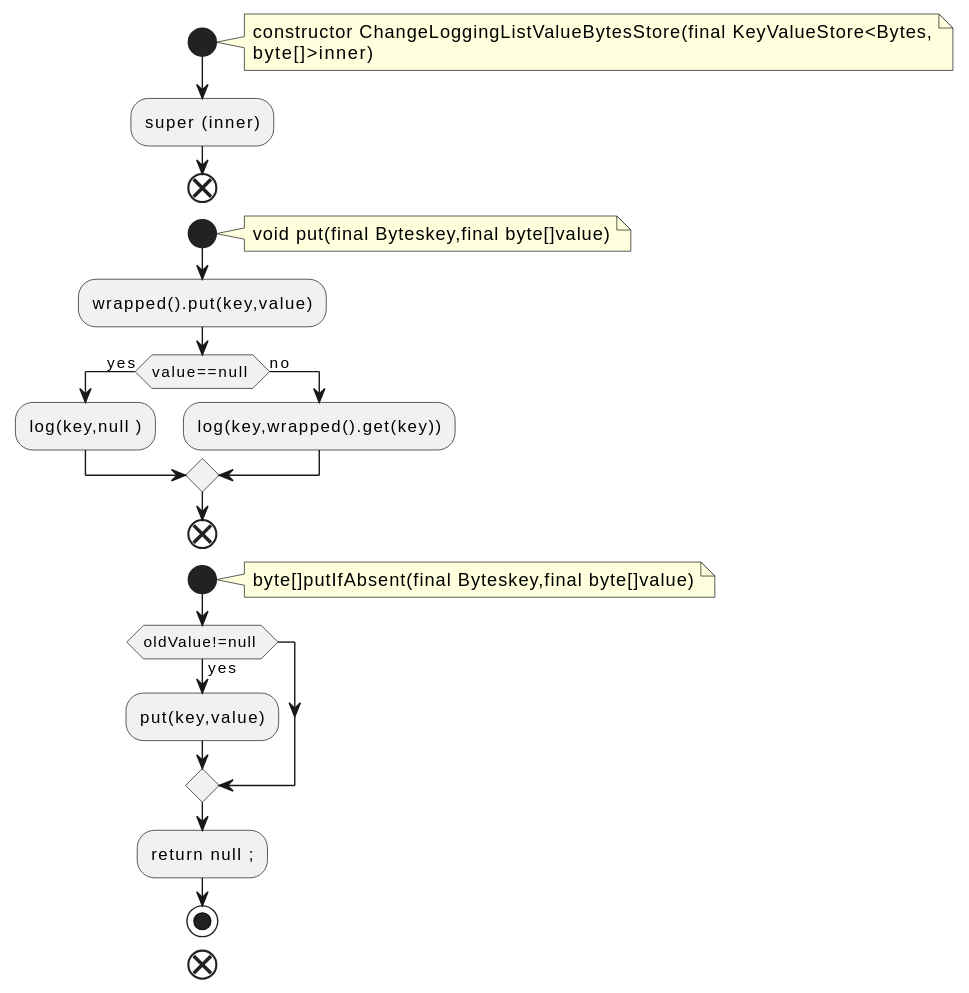
qualitesys/kafka keeps this PlantUML diagram as docs/qc/streams/src/main/java/org/apache/kafka/streams/state/internals/ChangeLoggingListValueBytesStore.java.fct.svg. Above is the earlier version.
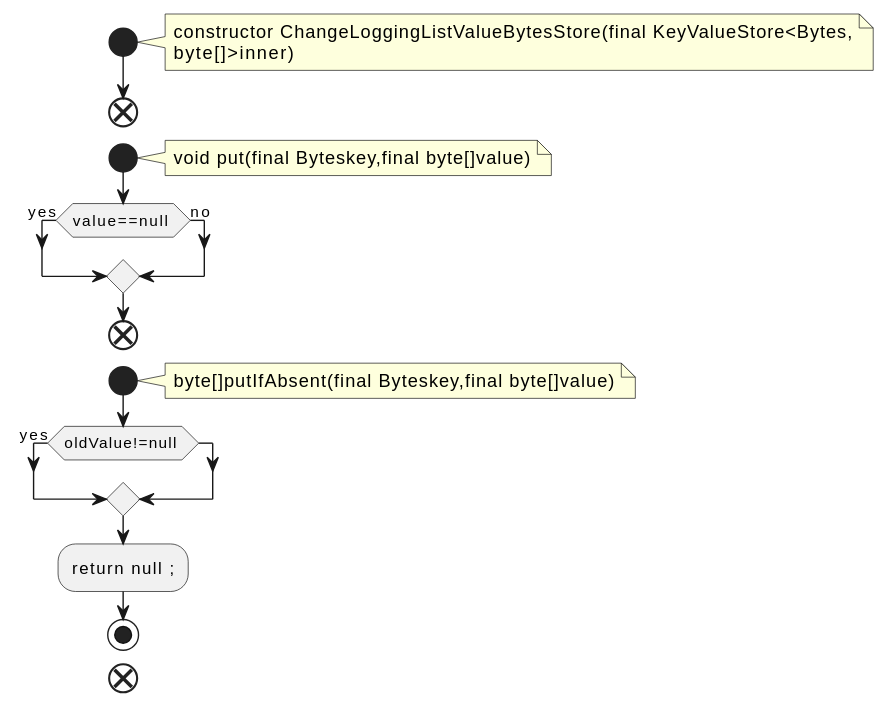
The same diagram one commit later.

What changed in the source:
```diff
@@ -5,17 +5,13 @@
 constructor ChangeLoggingListValueBytesStore(final KeyValueStore<Bytes,
 byte[]>inner)
 end note
-:super (inner);
 end
 start
 note right
 void put(final Byteskey,final byte[]value)
 end note
-:wrapped().put(key,value);
 if (value==null ) then (yes)
-:log(key,null );
 else (no)
-:log(key,wrapped().get(key));
 endif
 end
 start
@@ -23,7 +19,6 @@
 byte[]putIfAbsent(final Byteskey,final byte[]value)
 end note
 if (oldValue!=null ) then (yes)
-:put(key,value);
 endif
 :return null ;;
 stop
```
